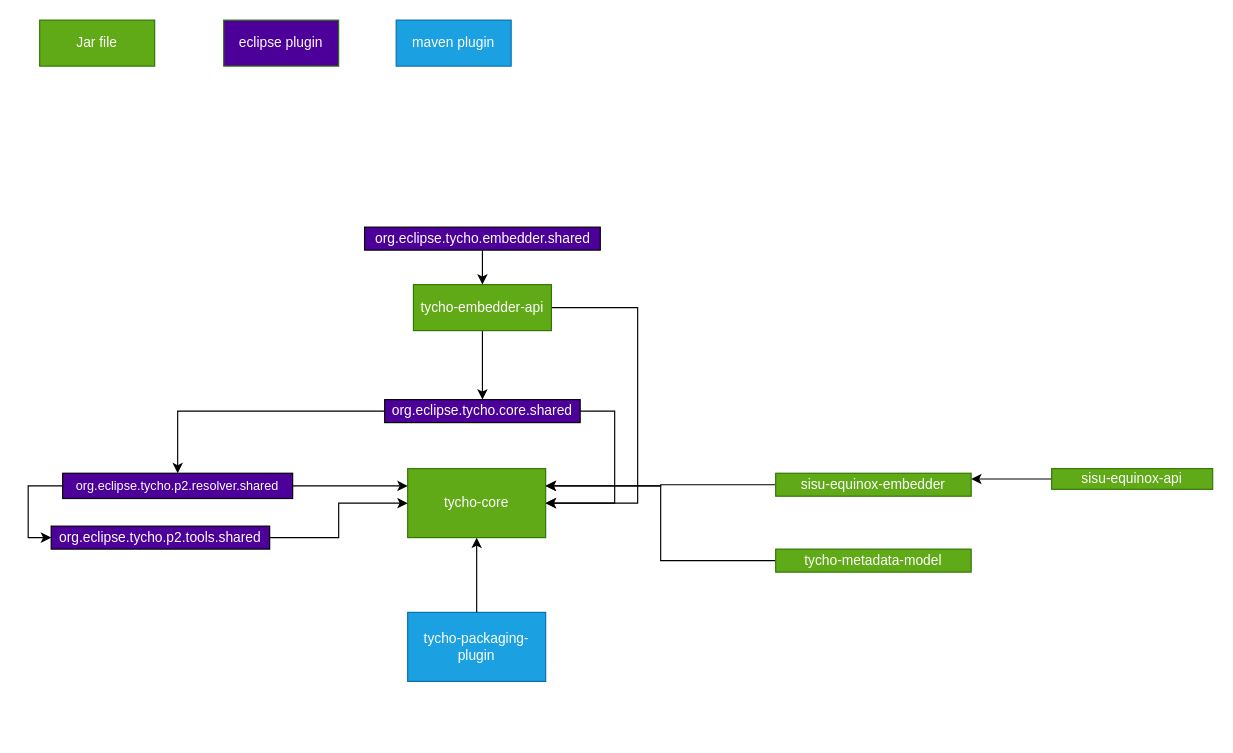
Earlier version of the draw.io diagram tycho/tycho-dependencies.drawio (bixiyan/designfiles). Source tidied: cells renumbered, new cells numbered last; positions are measured from the earlier drawing's top-left corner, leaving out a move shared by most shapes. Both pictures are drawn from the tidied source at 115%, with x=0, y=0 at pixel (39, 20).
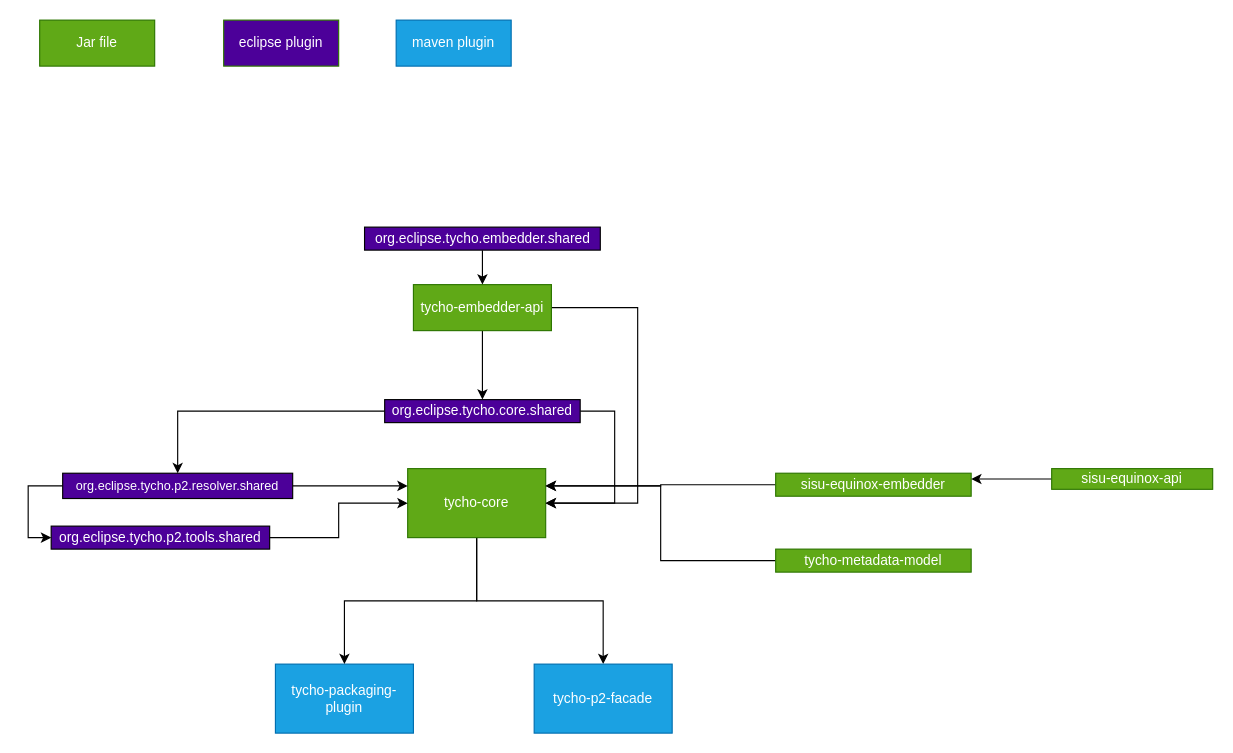
After the change.

Unchanged cells that the change refers to:
```xml
<mxCell id="3" value="tycho-core" style="rounded=0;whiteSpace=wrap;html=1;fillColor=#60a917;strokeColor=#2D7600;fontColor=#ffffff;" parent="1" vertex="1">
  <mxGeometry x="320" y="390" width="120" height="60" as="geometry" />
</mxCell>
```

What changed in the source:
```diff
@@
     <mxCell id="2" value="tycho-packaging-plugin" style="rounded=0;whiteSpace=wrap;html=1;fillColor=#1ba1e2;strokeColor=#006EAF;fontColor=#ffffff;" parent="1" vertex="1">
-      <mxGeometry x="320" y="515" width="120" height="60" as="geometry" />
+      <mxGeometry x="205" y="560" width="120" height="60" as="geometry" />
     </mxCell>
+    <mxCell id="27" style="edgeStyle=orthogonalEdgeStyle;rounded=0;jettySize=auto;html=1;entryX=0.5;entryY=0;entryDx=0;entryDy=0;" parent="1" edge="1" source="3" target="2">
+      <mxGeometry relative="1" as="geometry" />
+    </mxCell>
+    <mxCell id="28" style="edgeStyle=orthogonalEdgeStyle;rounded=0;jettySize=auto;html=1;entryX=0.5;entryY=0;entryDx=0;entryDy=0;" parent="1" edge="1" source="3" target="29">
+      <mxGeometry relative="1" as="geometry" />
+    </mxCell>
@@
-    <mxCell id="4" style="endArrow=classic;html=1;entryX=0.5;entryY=1;entryDx=0;entryDy=0;exitX=0.5;exitY=0;exitDx=0;exitDy=0;" parent="1" edge="1" source="2" target="3">
-      <mxGeometry relative="1" as="geometry" />
-    </mxCell>
@@
+    <mxCell id="29" value="tycho-p2-facade" style="rounded=0;whiteSpace=wrap;html=1;fillColor=#1ba1e2;strokeColor=#006EAF;fontColor=#ffffff;" parent="1" vertex="1">
+      <mxGeometry x="430" y="560" width="120" height="60" as="geometry" />
+    </mxCell>
```
